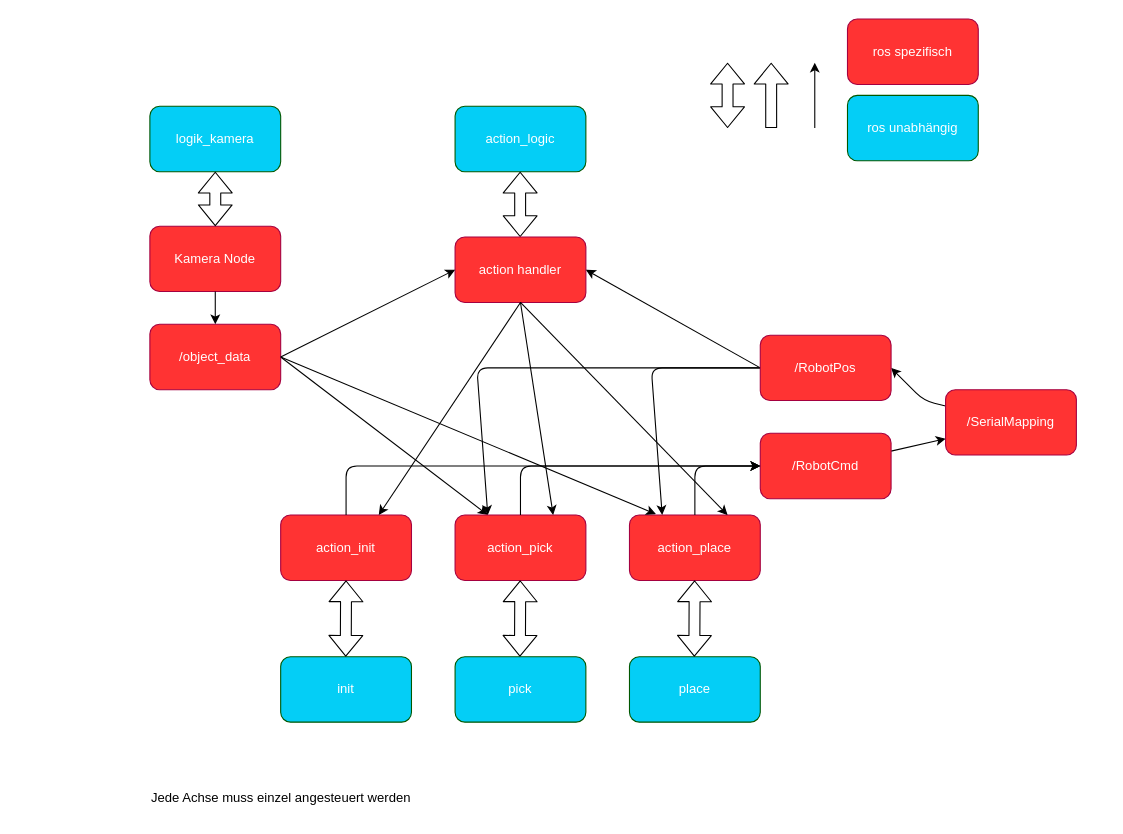
Earlier version of the draw.io diagram SW_architecture.drawio (ibinsandig/Portal-zur-Exmatrikulation). Source tidied: cells renumbered, new cells numbered last; positions are measured from the earlier drawing's top-left corner, leaving out a move shared by most shapes. Both pictures are drawn from the tidied source at 109%, with x=0, y=0 at pixel (138, 19).
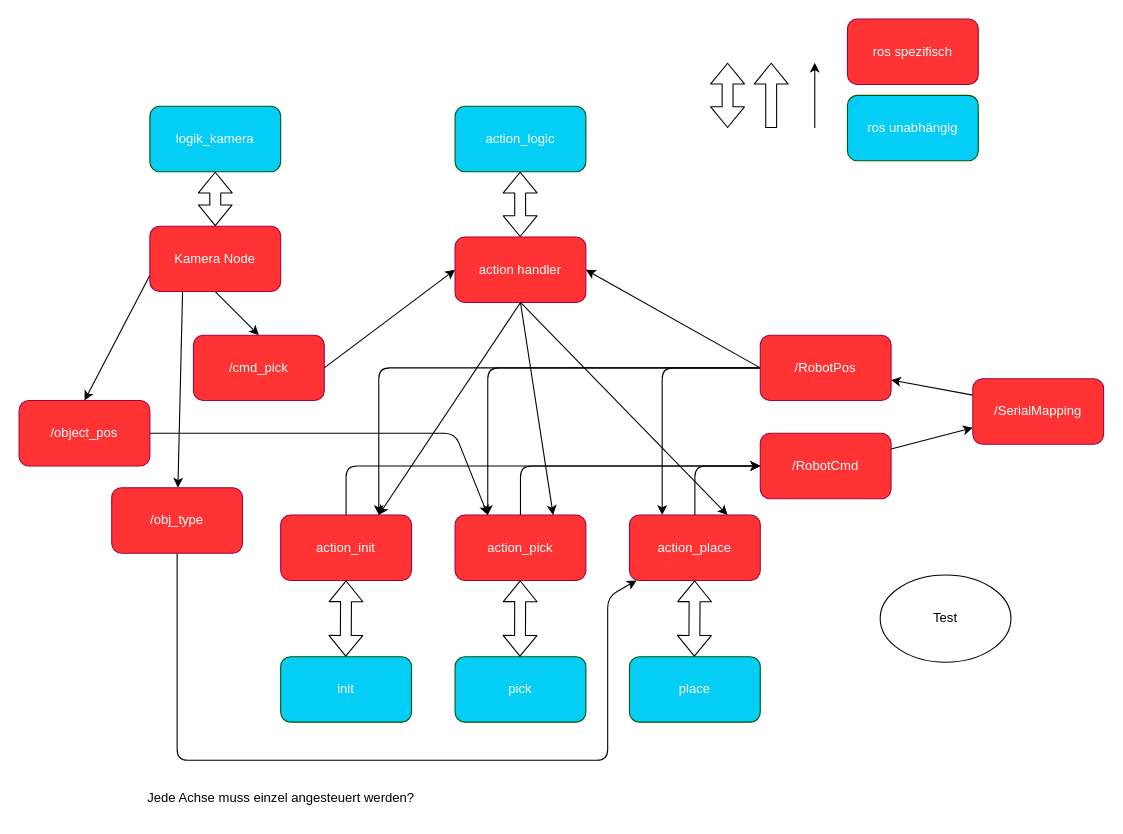
The same page after the edit.

The change refers to these unchanged cells:
```xml
<mxCell id="11" value="Kamera Node" style="rounded=1;whiteSpace=wrap;html=1;fillColor=#FF3333;fontColor=#ffffff;strokeColor=#A50040;" parent="1" vertex="1">
  <mxGeometry x="10" y="190" width="120" height="60" as="geometry" />
</mxCell>
<mxCell id="17" value="action_init" style="rounded=1;whiteSpace=wrap;html=1;fillColor=#FF3333;fontColor=#ffffff;strokeColor=#A50040;" parent="1" vertex="1">
  <mxGeometry x="130" y="455" width="120" height="60" as="geometry" />
</mxCell>
<mxCell id="18" value="action_pick" style="rounded=1;whiteSpace=wrap;html=1;fillColor=#FF3333;fontColor=#ffffff;strokeColor=#A50040;" parent="1" vertex="1">
  <mxGeometry x="290" y="455" width="120" height="60" as="geometry" />
</mxCell>
<mxCell id="19" value="action_place" style="rounded=1;whiteSpace=wrap;html=1;fillColor=#FF3333;fontColor=#ffffff;strokeColor=#A50040;" parent="1" vertex="1">
  <mxGeometry x="450" y="455" width="120" height="60" as="geometry" />
</mxCell>
<mxCell id="40" value="/RobotPos" style="rounded=1;whiteSpace=wrap;html=1;fillColor=#FF3333;fontColor=#ffffff;strokeColor=#A50040;" parent="1" vertex="1">
  <mxGeometry x="570" y="290" width="120" height="60" as="geometry" />
</mxCell>
```

Change to the diagram source:
```diff
@@
-    <mxCell id="8" style="edgeStyle=none;html=1;exitX=1;exitY=0.5;exitDx=0;exitDy=0;entryX=0.25;entryY=0;entryDx=0;entryDy=0;" parent="1" edge="1" source="27" target="18">
-      <mxGeometry relative="1" as="geometry" />
-    </mxCell>
-    <mxCell id="9" style="edgeStyle=none;html=1;exitX=0;exitY=0.25;exitDx=0;exitDy=0;entryX=1;entryY=0.5;entryDx=0;entryDy=0;" parent="1" edge="1" source="10" target="40">
-      <mxGeometry relative="1" as="geometry">
-        <Array as="points">
-          <mxPoint x="720" y="350" />
-        </Array>
-      </mxGeometry>
+    <mxCell id="9" style="edgeStyle=none;html=1;exitX=0;exitY=0.25;exitDx=0;exitDy=0;" parent="1" edge="1" source="10" target="40">
+      <mxGeometry relative="1" as="geometry" />
     </mxCell>
     <mxCell id="10" value="/SerialMapping" style="rounded=1;whiteSpace=wrap;html=1;fillColor=#FF3333;fontColor=#ffffff;strokeColor=#A50040;" parent="1" vertex="1">
-      <mxGeometry x="740" y="340" width="120" height="60" as="geometry" />
+      <mxGeometry x="765" y="330" width="120" height="60" as="geometry" />
     </mxCell>
+    <mxCell id="42" style="edgeStyle=none;html=1;entryX=0.5;entryY=0;entryDx=0;entryDy=0;exitX=0;exitY=0.75;exitDx=0;exitDy=0;" parent="1" edge="1" source="11" target="46">
+      <mxGeometry relative="1" as="geometry" />
+    </mxCell>
+    <mxCell id="43" style="edgeStyle=none;html=1;exitX=0.25;exitY=1;exitDx=0;exitDy=0;" parent="1" edge="1" source="11" target="48">
+      <mxGeometry relative="1" as="geometry" />
+    </mxCell>
@@
-    <mxCell id="27" value="/object_data" style="rounded=1;whiteSpace=wrap;html=1;fillColor=#FF3333;fontColor=#ffffff;strokeColor=#A50040;" parent="1" vertex="1">
-      <mxGeometry x="10" y="280" width="120" height="60" as="geometry" />
+    <mxCell id="27" value="/cmd_pick" style="rounded=1;whiteSpace=wrap;html=1;fillColor=#FF3333;fontColor=#ffffff;strokeColor=#A50040;" parent="1" vertex="1">
+      <mxGeometry x="50" y="290" width="120" height="60" as="geometry" />
     </mxCell>
@@
-    <mxCell id="34" style="edgeStyle=none;html=1;entryX=0.202;entryY=-0.014;entryDx=0;entryDy=0;entryPerimeter=0;exitX=1;exitY=0.5;exitDx=0;exitDy=0;" parent="1" edge="1" source="27" target="19">
-      <mxGeometry relative="1" as="geometry" />
-    </mxCell>
@@
     <mxCell id="38" style="edgeStyle=none;html=1;entryX=0.25;entryY=0;entryDx=0;entryDy=0;" parent="1" edge="1" source="40" target="19">
       <mxGeometry relative="1" as="geometry">
         <Array as="points">
-          <mxPoint x="470" y="320" />
+          <mxPoint x="480" y="320" />
         </Array>
       </mxGeometry>
     </mxCell>
     <mxCell id="39" style="edgeStyle=none;html=1;exitX=0;exitY=0.5;exitDx=0;exitDy=0;entryX=0.25;entryY=0;entryDx=0;entryDy=0;" parent="1" edge="1" source="40" target="18">
       <mxGeometry relative="1" as="geometry">
         <Array as="points">
-          <mxPoint x="310" y="320" />
+          <mxPoint x="320" y="320" />
         </Array>
       </mxGeometry>
     </mxCell>
+    <mxCell id="44" style="edgeStyle=none;html=1;entryX=0.75;entryY=0;entryDx=0;entryDy=0;" parent="1" edge="1" source="40" target="17">
+      <mxGeometry relative="1" as="geometry">
+        <Array as="points">
+          <mxPoint x="220" y="320" />
+        </Array>
+      </mxGeometry>
+    </mxCell>
@@
-    <mxCell id="41" value="Jede Achse muss einzel angesteuert werden" style="text;html=1;align=center;verticalAlign=middle;strokeColor=none;fillColor=none;" parent="1" vertex="1">
-      <mxGeometry y="700" width="260" height="30" as="geometry" />
+    <mxCell id="41" value="Jede Achse muss einzel angesteuert werden?" style="text;html=1;align=center;verticalAlign=middle;strokeColor=none;fillColor=none;" parent="1" vertex="1">
+      <mxGeometry x="-5" y="700" width="270" height="30" as="geometry" />
     </mxCell>
+    <mxCell id="45" style="edgeStyle=none;html=1;entryX=0.25;entryY=0;entryDx=0;entryDy=0;" parent="1" edge="1" source="46" target="18">
+      <mxGeometry relative="1" as="geometry">
+        <Array as="points">
+          <mxPoint x="290" y="380" />
+        </Array>
+      </mxGeometry>
+    </mxCell>
+    <mxCell id="46" value="/object_pos" style="rounded=1;whiteSpace=wrap;html=1;fillColor=#FF3333;fontColor=#ffffff;strokeColor=#A50040;" parent="1" vertex="1">
+      <mxGeometry x="-110" y="350" width="120" height="60" as="geometry" />
+    </mxCell>
+    <mxCell id="47" style="edgeStyle=none;html=1;" parent="1" edge="1" source="48" target="19">
+      <mxGeometry relative="1" as="geometry">
+        <Array as="points">
+          <mxPoint x="35" y="680" />
+          <mxPoint x="430" y="680" />
+          <mxPoint x="430" y="530" />
+        </Array>
+      </mxGeometry>
+    </mxCell>
+    <mxCell id="48" value="/obj_type" style="rounded=1;whiteSpace=wrap;html=1;fillColor=#FF3333;fontColor=#ffffff;strokeColor=#A50040;" parent="1" vertex="1">
+      <mxGeometry x="-25" y="430" width="120" height="60" as="geometry" />
+    </mxCell>
+    <mxCell id="49" value="Test" style="ellipse;whiteSpace=wrap;html=1;" parent="1" vertex="1">
+      <mxGeometry x="680" y="510" width="120" height="80" as="geometry" />
+    </mxCell>
```
